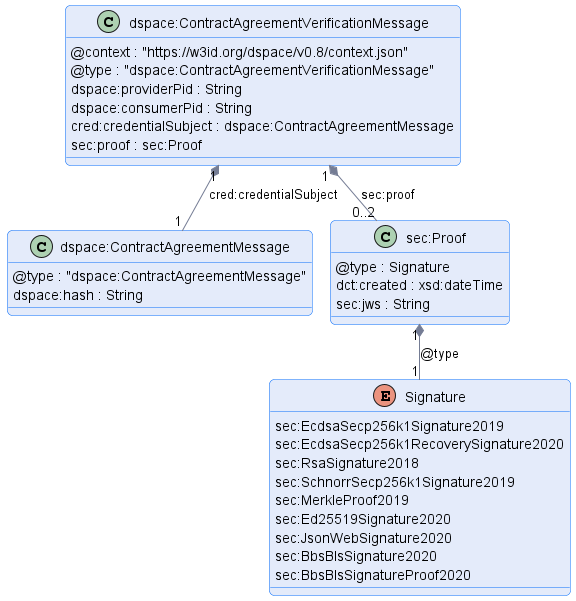
International-Data-Spaces-Association/ids-specification keeps this PlantUML diagram as negotiation/message/diagram/contract-agreement-verification-message.png. Above is the earlier version. Its diagram source:
```plantuml
@startuml "contract-agreement-verification-message"
!pragma layout smetana

!include ../../../common/style/diagram.styles.puml

hide empty description


class "dspace:ContractAgreementVerificationMessage" {
    @context : "https://w3id.org/dspace/v0.8/context.json"
    @type : "dspace:ContractAgreementVerificationMessage"
    dspace:providerPid : String
    dspace:consumerPid : String
    cred:credentialSubject : dspace:ContractAgreementMessage
    sec:proof : sec:Proof
}

class dspace:ContractAgreementMessage {
    @type : "dspace:ContractAgreementMessage"
    dspace:hash : String
}

class sec:Proof {
    @type : Signature
    dct:created : xsd:dateTime
    sec:jws : String
}

enum Signature {
    sec:EcdsaSecp256k1Signature2019
    sec:EcdsaSecp256k1RecoverySignature2020
    sec:RsaSignature2018
    sec:SchnorrSecp256k1Signature2019
    sec:MerkleProof2019
    sec:Ed25519Signature2020
    sec:JsonWebSignature2020
    sec:BbsBlsSignature2020
    sec:BbsBlsSignatureProof2020
}

"dspace:ContractAgreementVerificationMessage" "1" *-- "1" "dspace:ContractAgreementMessage" : "cred:credentialSubject"
"dspace:ContractAgreementVerificationMessage" "1" *-- "0..2" "sec:Proof" : "sec:proof"
"sec:Proof" "1" *-- "1" Signature : @type

@enduml
```
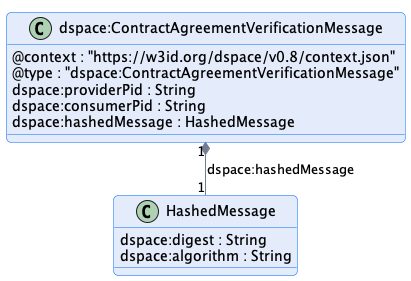
The same diagram one commit later.

Diff of the diagram source:
```diff
@@ -11,35 +11,14 @@
     @type : "dspace:ContractAgreementVerificationMessage"
     dspace:providerPid : String
     dspace:consumerPid : String
-    cred:credentialSubject : dspace:ContractAgreementMessage
-    sec:proof : sec:Proof
+    dspace:hashedMessage : HashedMessage
 }
 
-class dspace:ContractAgreementMessage {
-    @type : "dspace:ContractAgreementMessage"
-    dspace:hash : String
+class HashedMessage {
+    dspace:digest : String
+    dspace:algorithm : String
 }
 
-class sec:Proof {
-    @type : Signature
-    dct:created : xsd:dateTime
-    sec:jws : String
-}
-
-enum Signature {
-    sec:EcdsaSecp256k1Signature2019
-    sec:EcdsaSecp256k1RecoverySignature2020
-    sec:RsaSignature2018
-    sec:SchnorrSecp256k1Signature2019
-    sec:MerkleProof2019
-    sec:Ed25519Signature2020
-    sec:JsonWebSignature2020
-    sec:BbsBlsSignature2020
-    sec:BbsBlsSignatureProof2020
-}
-
-"dspace:ContractAgreementVerificationMessage" "1" *-- "1" "dspace:ContractAgreementMessage" : "cred:credentialSubject"
-"dspace:ContractAgreementVerificationMessage" "1" *-- "0..2" "sec:Proof" : "sec:proof"
-"sec:Proof" "1" *-- "1" Signature : @type
+"dspace:ContractAgreementVerificationMessage" "1" *-- "1" "HashedMessage" : "dspace:hashedMessage"
 
 @enduml
```
